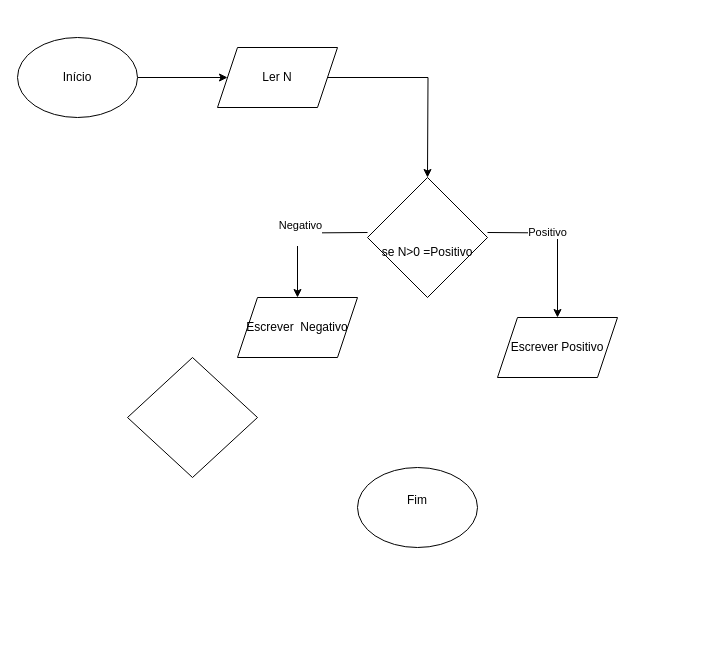
This is FLUXO 7.drawio from Rato0101/Fluxogramas, a draw.io file, before an edit. Source tidied: cells renumbered, new cells numbered last; positions are measured from the earlier drawing's top-left corner, leaving out a move shared by most shapes. Both pictures are drawn from the tidied source at 100%, with x=0, y=0 at pixel (17, 37).
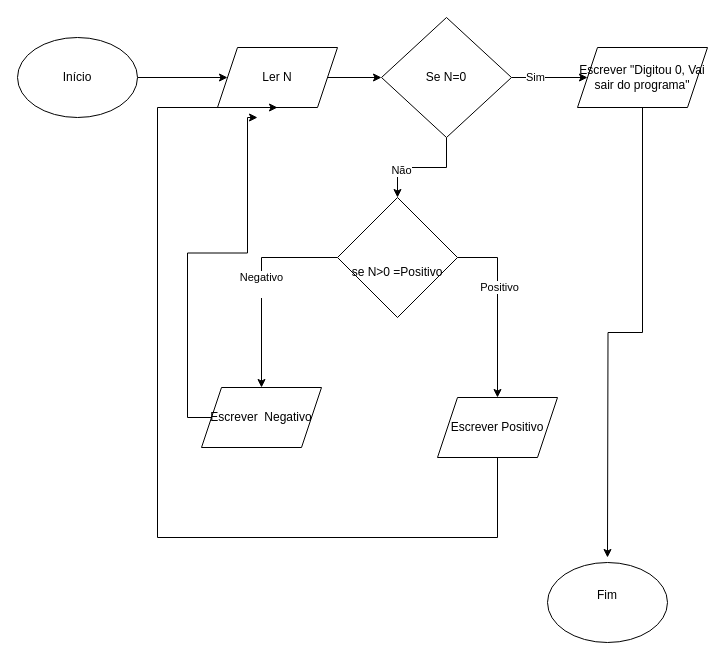
Above is the later version.

Unchanged cells that the change refers to:
```xml
<mxCell id="6" value="Ler N" style="shape=parallelogram;perimeter=parallelogramPerimeter;whiteSpace=wrap;html=1;shapeInside=1;fixedSize=1;" parent="1" vertex="1">
  <mxGeometry x="200" y="10" width="120" height="60" as="geometry" />
</mxCell>
```

Diff of the diagram source:
```diff
@@
     <mxCell id="4" value="Fim&lt;div&gt;&lt;br/&gt;&lt;/div&gt;" style="ellipse;whiteSpace=wrap;html=1;shapeInside=1;" parent="1" vertex="1">
-      <mxGeometry x="340" y="430" width="120" height="80" as="geometry" />
+      <mxGeometry x="530" y="525" width="120" height="80" as="geometry" />
     </mxCell>
-    <mxCell id="5" style="edgeStyle=orthogonalEdgeStyle;rounded=0;jettySize=auto;html=1;entryX=0.5;entryY=0;entryDx=0;entryDy=0;" parent="1" edge="1" source="6">
-      <mxGeometry relative="1" as="geometry">
-        <mxPoint x="410" y="140" as="targetPoint" />
-      </mxGeometry>
-    </mxCell>
+    <mxCell id="14" style="edgeStyle=orthogonalEdgeStyle;rounded=0;jettySize=auto;html=1;" parent="1" edge="1" source="6" target="13">
+      <mxGeometry relative="1" as="geometry" />
+    </mxCell>
@@
-    <mxCell id="7" value="Negativo&lt;div&gt;&lt;br&gt;&lt;/div&gt;" style="edgeStyle=orthogonalEdgeStyle;rounded=0;jettySize=auto;html=1;" parent="1" edge="1" target="10">
-      <mxGeometry relative="1" as="geometry">
-        <mxPoint x="350" y="195" as="sourcePoint" />
-      </mxGeometry>
+    <mxCell id="7" value="Negativo&lt;div&gt;&lt;br&gt;&lt;/div&gt;" style="edgeStyle=orthogonalEdgeStyle;rounded=0;jettySize=auto;html=1;exitX=0;exitY=0.5;exitDx=0;exitDy=0;" parent="1" edge="1" source="12" target="10">
+      <mxGeometry relative="1" as="geometry" />
     </mxCell>
-    <mxCell id="8" style="edgeStyle=orthogonalEdgeStyle;rounded=0;jettySize=auto;html=1;" parent="1" edge="1" target="11">
-      <mxGeometry relative="1" as="geometry">
-        <mxPoint x="470" y="195" as="sourcePoint" />
-      </mxGeometry>
+    <mxCell id="8" style="edgeStyle=orthogonalEdgeStyle;rounded=0;jettySize=auto;html=1;exitX=1;exitY=0.5;exitDx=0;exitDy=0;" parent="1" edge="1" source="12" target="11">
+      <mxGeometry relative="1" as="geometry" />
     </mxCell>
@@
+    <mxCell id="15" style="edgeStyle=orthogonalEdgeStyle;rounded=0;jettySize=auto;html=1;" parent="1" edge="1" source="10">
+      <mxGeometry relative="1" as="geometry">
+        <mxPoint x="240" y="80" as="targetPoint" />
+        <Array as="points">
+          <mxPoint x="170" y="380" />
+          <mxPoint x="170" y="215.5" />
+          <mxPoint x="230" y="215.5" />
+          <mxPoint x="230" y="80" />
+        </Array>
+      </mxGeometry>
+    </mxCell>
     <mxCell id="10" value="Escrever&amp;nbsp; Negativo" style="shape=parallelogram;perimeter=parallelogramPerimeter;whiteSpace=wrap;html=1;shapeInside=1;fixedSize=1;" parent="1" vertex="1">
-      <mxGeometry x="220" y="260" width="120" height="60" as="geometry" />
+      <mxGeometry x="184" y="350" width="120" height="60" as="geometry" />
     </mxCell>
+    <mxCell id="16" style="edgeStyle=orthogonalEdgeStyle;rounded=0;jettySize=auto;html=1;entryX=0.5;entryY=1;entryDx=0;entryDy=0;" parent="1" edge="1" source="11" target="6">
+      <mxGeometry relative="1" as="geometry">
+        <Array as="points">
+          <mxPoint x="480" y="500" />
+          <mxPoint x="140" y="500" />
+          <mxPoint x="140" y="70" />
+        </Array>
+      </mxGeometry>
+    </mxCell>
     <mxCell id="11" value="Escrever Positivo" style="shape=parallelogram;perimeter=parallelogramPerimeter;whiteSpace=wrap;html=1;shapeInside=1;fixedSize=1;" parent="1" vertex="1">
-      <mxGeometry x="480" y="280" width="120" height="60" as="geometry" />
+      <mxGeometry x="420" y="360" width="120" height="60" as="geometry" />
     </mxCell>
     <mxCell id="12" value="&lt;div&gt;&lt;br&gt;&lt;/div&gt;&lt;div&gt;&lt;div&gt;&lt;br&gt;&lt;/div&gt;&lt;div&gt;se N&amp;gt;0 =Positivo&lt;/div&gt;&lt;/div&gt;" style="rhombus;whiteSpace=wrap;html=1;shapeInside=1;" parent="1" vertex="1">
-      <mxGeometry x="350" y="140" width="120" height="120" as="geometry" />
+      <mxGeometry x="320" y="160" width="120" height="120" as="geometry" />
     </mxCell>
+    <mxCell id="17" style="edgeStyle=orthogonalEdgeStyle;rounded=0;jettySize=auto;html=1;" parent="1" edge="1" source="13" target="12">
+      <mxGeometry relative="1" as="geometry" />
+    </mxCell>
+    <mxCell id="18" value="Não" style="edgeLabel;html=1;align=center;verticalAlign=middle;" parent="17" vertex="1">
+      <mxGeometry x="0.39" y="2" relative="1" as="geometry" />
+    </mxCell>
+    <mxCell id="19" style="edgeStyle=orthogonalEdgeStyle;rounded=0;jettySize=auto;html=1;" parent="1" edge="1" source="13" target="22">
+      <mxGeometry relative="1" as="geometry" />
+    </mxCell>
+    <mxCell id="20" value="Sim" style="edgeLabel;html=1;align=center;verticalAlign=middle;" parent="19" vertex="1">
+      <mxGeometry x="-0.39" y="1" relative="1" as="geometry" />
+    </mxCell>
-    <mxCell id="13" style="rhombus;whiteSpace=wrap;html=1;shapeInside=1;" parent="1" vertex="1">
-      <mxGeometry x="110" y="320" width="130" height="120" as="geometry" />
+    <mxCell id="13" value="Se N=0" style="rhombus;whiteSpace=wrap;html=1;shapeInside=1;" parent="1" vertex="1">
+      <mxGeometry x="364" y="-20" width="130" height="120" as="geometry" />
     </mxCell>
+    <mxCell id="21" style="edgeStyle=orthogonalEdgeStyle;rounded=0;jettySize=auto;html=1;" parent="1" edge="1" source="22">
+      <mxGeometry relative="1" as="geometry">
+        <mxPoint x="590" y="520" as="targetPoint" />
+      </mxGeometry>
+    </mxCell>
+    <mxCell id="22" value="Escrever &quot;Digitou 0, Vai sair do programa&quot;" style="shape=parallelogram;perimeter=parallelogramPerimeter;whiteSpace=wrap;html=1;shapeInside=1;fixedSize=1;" parent="1" vertex="1">
+      <mxGeometry x="560" y="10" width="130" height="60" as="geometry" />
+    </mxCell>
```
